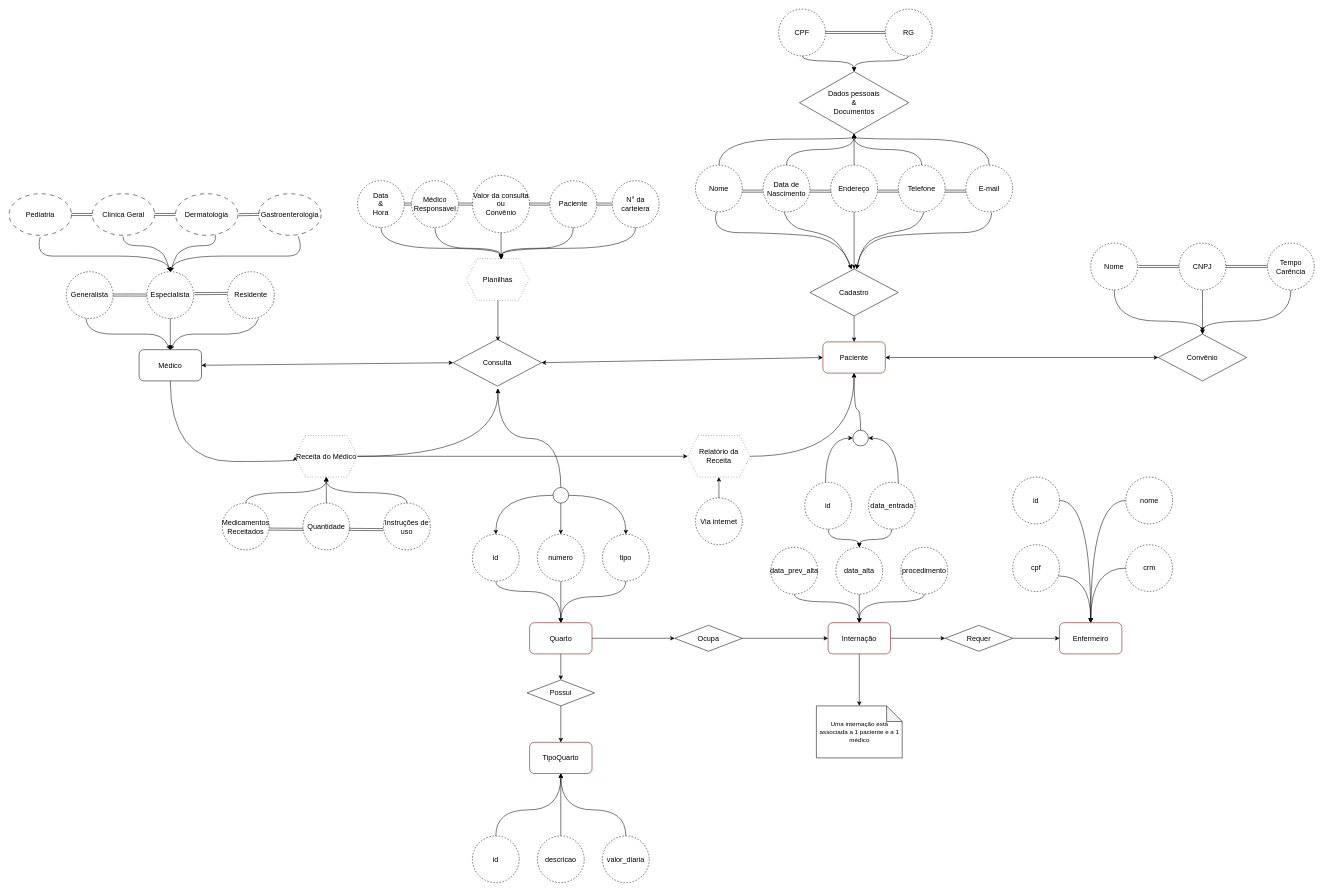
Before: dbHospital.drawio in WillDeev/BancoDeDadosHospital, a draw.io diagram. Source tidied: cells renumbered, new cells numbered last; positions are measured from the earlier drawing's top-left corner, leaving out a move shared by most shapes. Both pictures are drawn from the tidied source at 52%, with x=0, y=0 at pixel (9, 9).
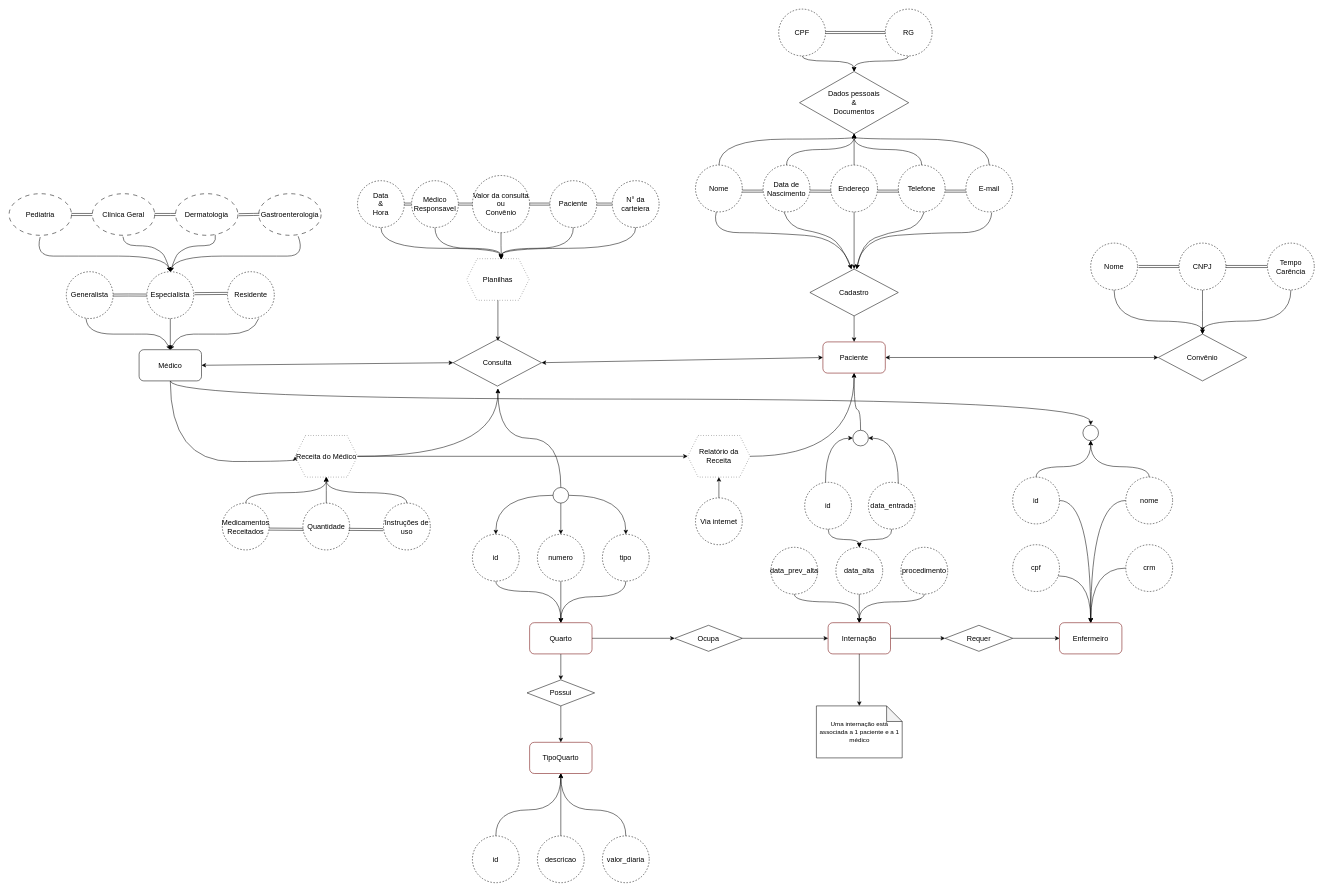
After the change.

The change refers to these unchanged cells:
```xml
<mxCell id="3" value="&lt;font&gt;Médico&lt;/font&gt;" style="rounded=1;whiteSpace=wrap;html=1;fontSize=14;strokeColor=default;" parent="1" vertex="1">
  <mxGeometry x="250" y="655" width="120" height="60" as="geometry" />
</mxCell>
<mxCell id="134" value="id" style="ellipse;whiteSpace=wrap;html=1;strokeColor=light-dark(#000000,#FFE1F2);dashed=1;fontSize=14;" parent="1" vertex="1">
  <mxGeometry x="1930" y="900" width="90" height="90" as="geometry" />
</mxCell>
<mxCell id="136" value="nome" style="ellipse;whiteSpace=wrap;html=1;strokeColor=light-dark(#000000,#FFE1F2);dashed=1;fontSize=14;" parent="1" vertex="1">
  <mxGeometry x="2147.5" y="900" width="90" height="90" as="geometry" />
</mxCell>
```

Diff of the diagram source:
```diff
@@
+    <mxCell id="149" style="edgeStyle=orthogonalEdgeStyle;rounded=0;jettySize=auto;html=1;curved=1;" parent="1" edge="1" source="3" target="152">
+      <mxGeometry relative="1" as="geometry">
+        <Array as="points">
+          <mxPoint x="310" y="750" />
+          <mxPoint x="2080" y="750" />
+        </Array>
+      </mxGeometry>
+    </mxCell>
@@
+    <mxCell id="150" style="edgeStyle=orthogonalEdgeStyle;rounded=0;jettySize=auto;html=1;entryX=0.5;entryY=1;entryDx=0;entryDy=0;curved=1;" parent="1" edge="1" source="134" target="152">
+      <mxGeometry relative="1" as="geometry">
+        <Array as="points">
+          <mxPoint x="1975" y="880" />
+          <mxPoint x="2080" y="880" />
+        </Array>
+      </mxGeometry>
+    </mxCell>
@@
+    <mxCell id="151" style="edgeStyle=orthogonalEdgeStyle;rounded=0;jettySize=auto;html=1;entryX=0.5;entryY=1;entryDx=0;entryDy=0;curved=1;" parent="1" edge="1" source="136" target="152">
+      <mxGeometry relative="1" as="geometry">
+        <Array as="points">
+          <mxPoint x="2193" y="880" />
+          <mxPoint x="2080" y="880" />
+        </Array>
+      </mxGeometry>
+    </mxCell>
@@
+    <mxCell id="152" style="ellipse;whiteSpace=wrap;html=1;" parent="1" vertex="1">
+      <mxGeometry x="2065" y="800" width="30" height="30" as="geometry" />
+    </mxCell>
```
